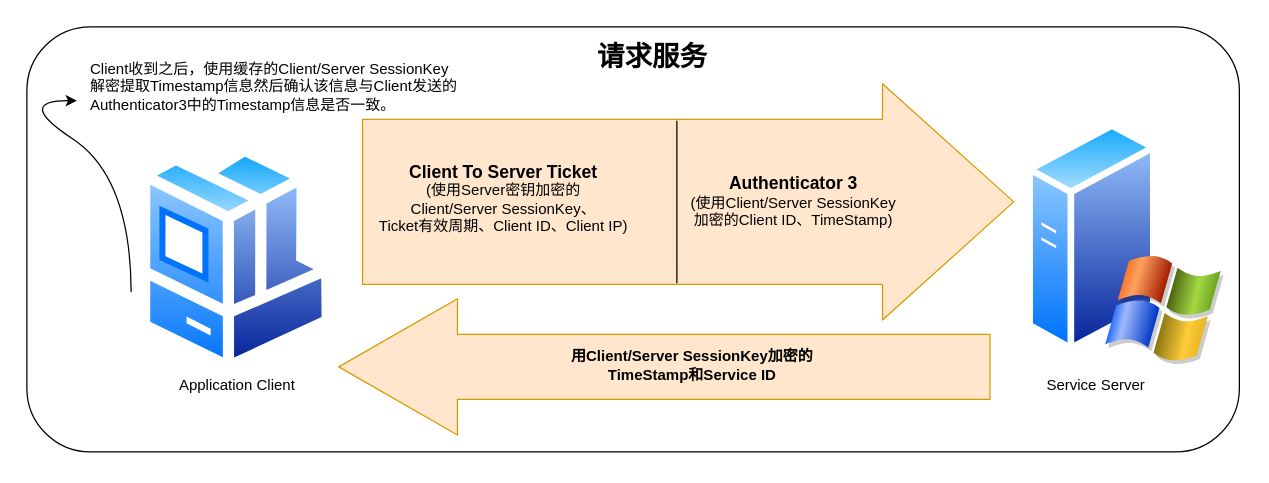
ffffffff0x/1earn keeps this draw.io diagram as assets/img/Integrated/Windows/笔记/认证/13.drawio. Above is the earlier version. Source tidied: cells renumbered, new cells numbered last; positions are measured from the earlier drawing's top-left corner, leaving out a move shared by most shapes. Both pictures are drawn from the tidied source at 125%, with x=0, y=0 at pixel (14, 26).
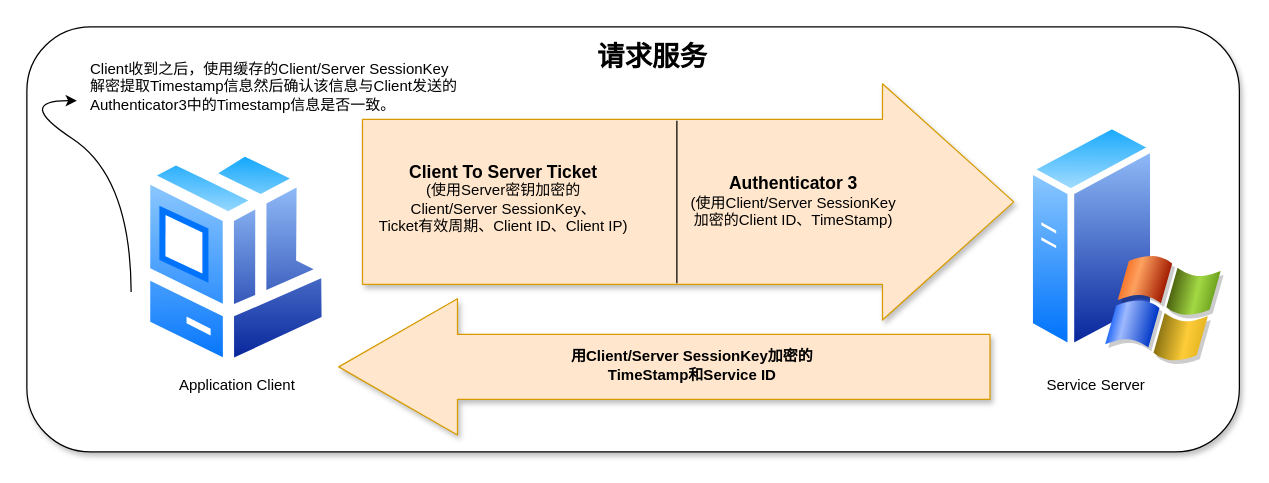
Above is the later version.

The edit, as a diff of the source:
```diff
@@
-    <mxCell id="2" style="rounded=1;whiteSpace=wrap;html=1;align=center;" parent="1" vertex="1">
+    <mxCell id="2" style="rounded=1;whiteSpace=wrap;html=1;align=center;shadow=1;" parent="1" vertex="1">
       <mxGeometry x="10" width="970" height="340" as="geometry" />
     </mxCell>
-    <mxCell id="3" style="shape=flexArrow;endArrow=classic;html=1;width=52;endSize=31.33;endWidth=56;fillColor=#ffe6cc;strokeColor=#d79b00;" parent="1" edge="1">
+    <mxCell id="3" style="shape=flexArrow;endArrow=classic;html=1;width=52;endSize=31.33;endWidth=56;fillColor=#ffe6cc;strokeColor=#d79b00;shadow=1;" parent="1" edge="1">
       <mxGeometry relative="1" as="geometry">
         <mxPoint x="781" y="272" as="sourcePoint" />
         <mxPoint x="259" y="272" as="targetPoint" />
       </mxGeometry>
     </mxCell>
-    <mxCell id="4" style="shape=flexArrow;endArrow=classic;html=1;width=132;endSize=34.67;endWidth=56;fillColor=#ffe6cc;strokeColor=#d79b00;" parent="1" edge="1">
+    <mxCell id="4" style="shape=flexArrow;endArrow=classic;html=1;width=132;endSize=34.67;endWidth=56;fillColor=#ffe6cc;strokeColor=#d79b00;shadow=1;" parent="1" edge="1">
       <mxGeometry relative="1" as="geometry">
         <mxPoint x="278" y="140" as="sourcePoint" />
         <mxPoint x="800" y="140" as="targetPoint" />
       </mxGeometry>
     </mxCell>
```
